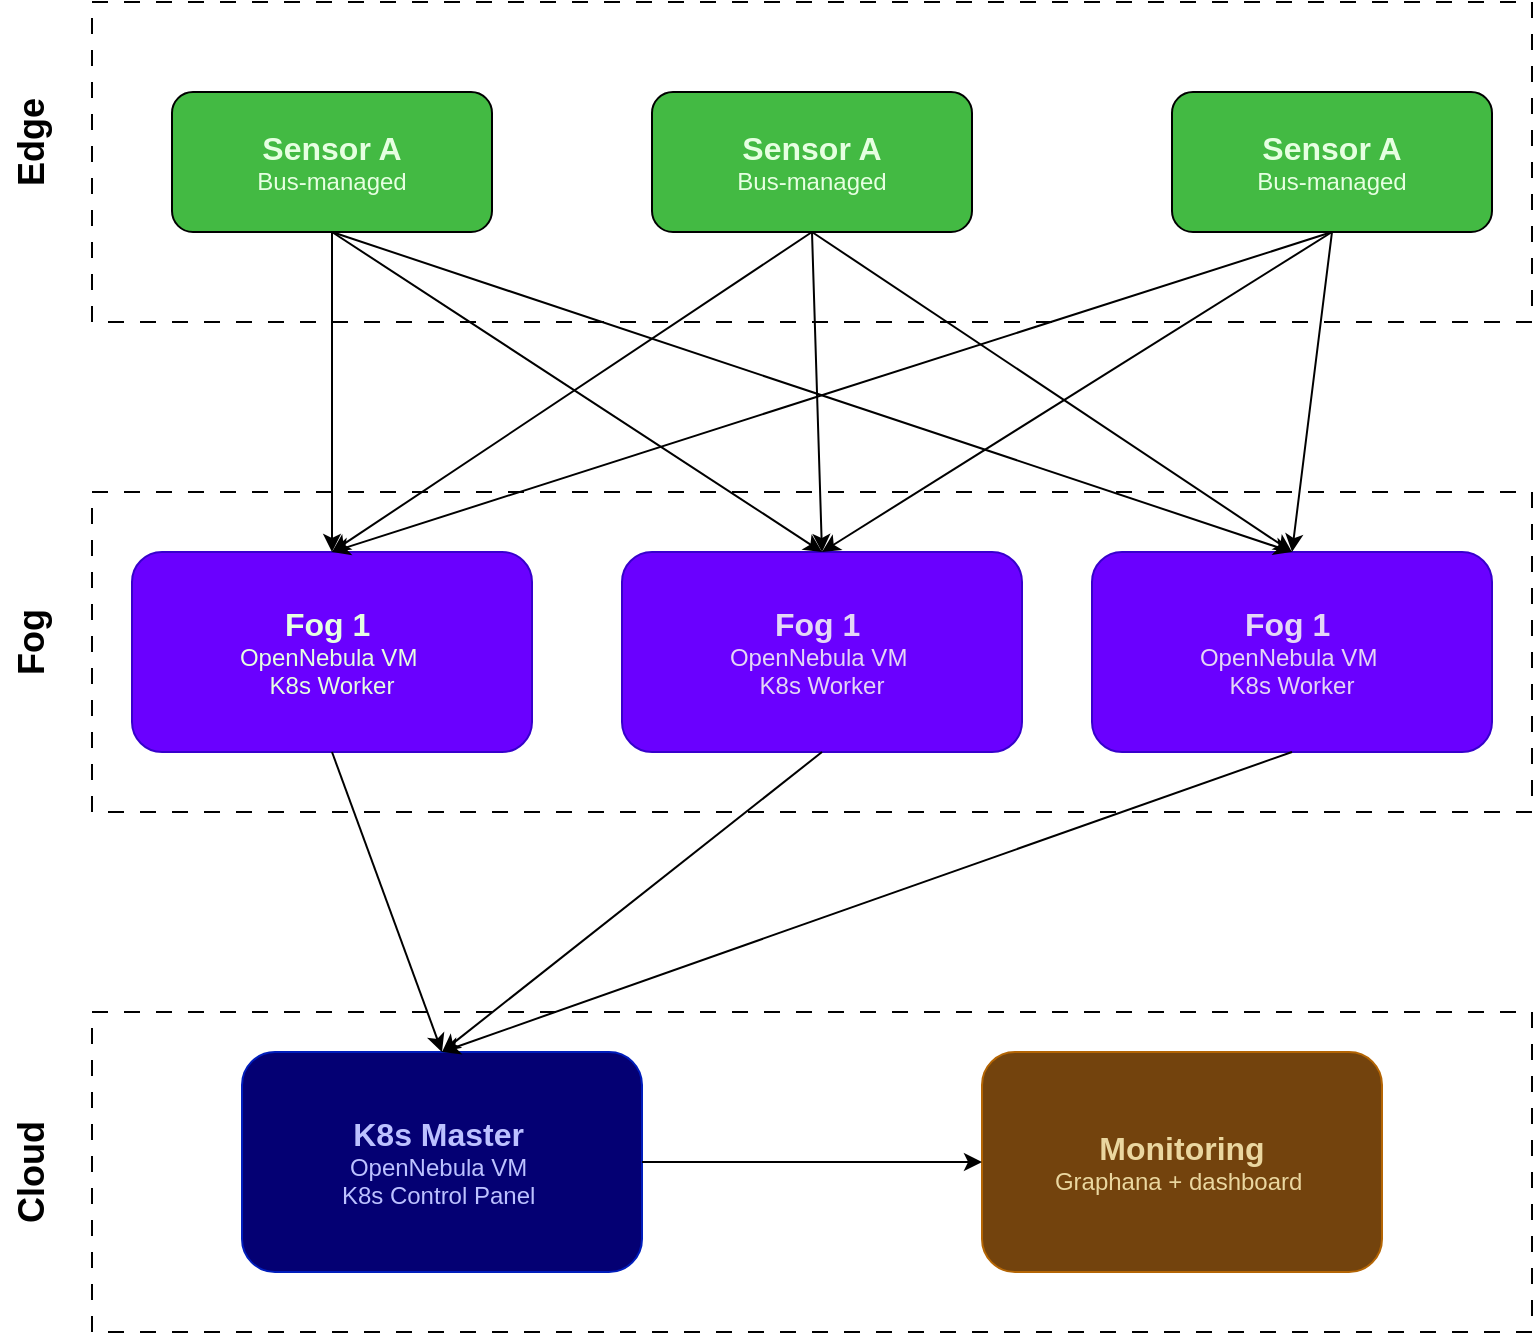
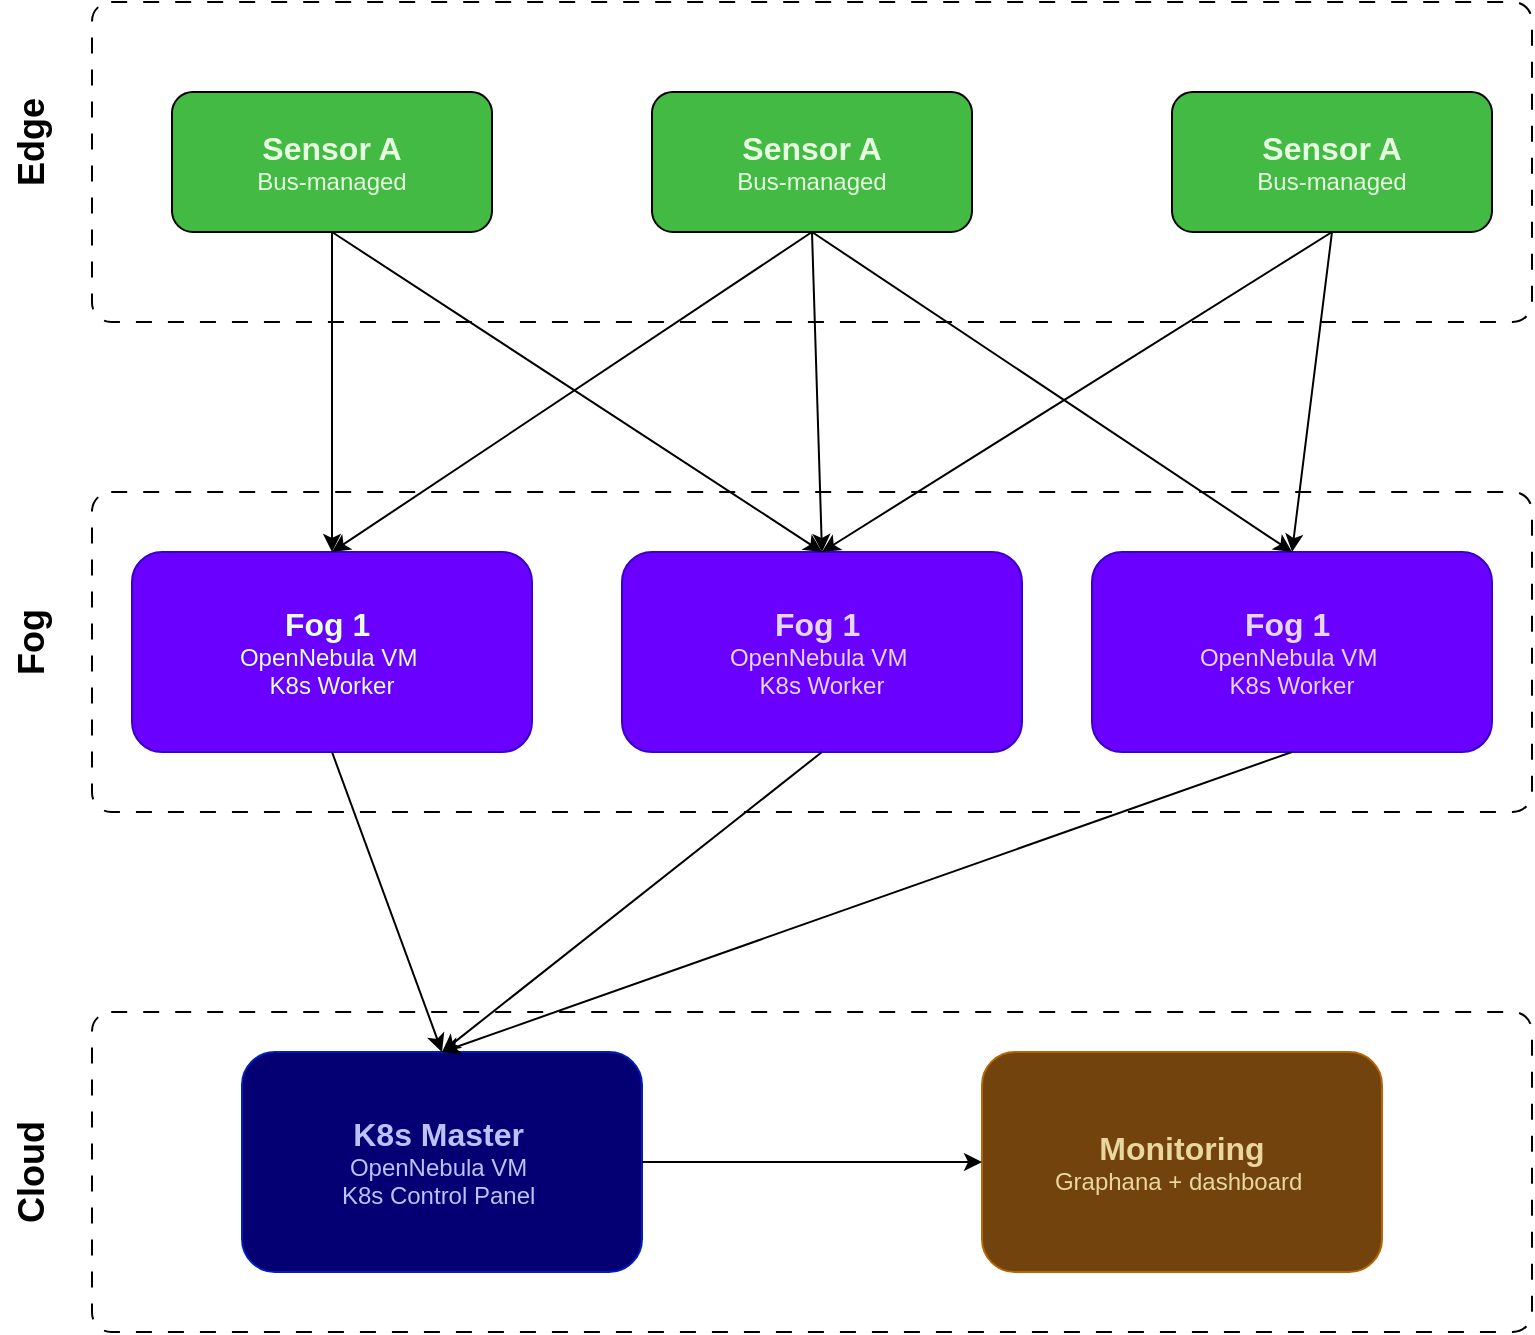
<mxfile host="app.diagrams.net">
  <diagram name="Page-1" id="_RtDyZi4ELLvnfh5VW-X">
-     <mxGraphModel dx="1638" dy="841" grid="1" gridSize="10" guides="1" tooltips="1" connect="1" arrows="1" fold="1" page="1" pageScale="1" pageWidth="850" pageHeight="1100" math="0" shadow="0">
+     <mxGraphModel dx="1414" dy="777" grid="1" gridSize="10" guides="1" tooltips="1" connect="1" arrows="1" fold="1" page="1" pageScale="1" pageWidth="850" pageHeight="1100" math="0" shadow="0">
      <root>
        <mxCell id="0" />
        <mxCell id="1" parent="0" />
-         <mxCell id="s7r8S3nNiemYfjiW-K3L-23" parent="1" style="rounded=0;whiteSpace=wrap;html=1;fillColor=none;dashed=1;dashPattern=8 8;" value="" vertex="1">
+         <mxCell id="s7r8S3nNiemYfjiW-K3L-23" parent="1" style="rounded=1;whiteSpace=wrap;html=1;fillColor=none;dashed=1;dashPattern=8 8;arcSize=6;" value="" vertex="1">
          <mxGeometry height="160" width="720" x="60" y="590" as="geometry" />
        </mxCell>
-         <mxCell id="s7r8S3nNiemYfjiW-K3L-27" parent="1" style="rounded=0;whiteSpace=wrap;html=1;fillColor=none;dashed=1;dashPattern=8 8;labelPosition=left;verticalLabelPosition=top;align=right;verticalAlign=bottom;fontColor=light-dark(#000000,#FEFEFE);" value="" vertex="1">
+         <mxCell id="s7r8S3nNiemYfjiW-K3L-27" parent="1" style="rounded=1;whiteSpace=wrap;html=1;fillColor=none;dashed=1;dashPattern=8 8;labelPosition=left;verticalLabelPosition=top;align=right;verticalAlign=bottom;fontColor=light-dark(#000000,#FEFEFE);arcSize=6;" value="" vertex="1">
          <mxGeometry height="160" width="720" x="60" y="85" as="geometry" />
        </mxCell>
-         <mxCell id="s7r8S3nNiemYfjiW-K3L-24" parent="1" style="rounded=0;whiteSpace=wrap;html=1;fillColor=none;dashed=1;dashPattern=8 8;labelPosition=left;verticalLabelPosition=top;align=right;verticalAlign=bottom;" value="&lt;div&gt;&lt;br&gt;&lt;/div&gt;" vertex="1">
+         <mxCell id="s7r8S3nNiemYfjiW-K3L-24" parent="1" style="rounded=1;whiteSpace=wrap;html=1;fillColor=none;dashed=1;dashPattern=8 8;labelPosition=left;verticalLabelPosition=top;align=right;verticalAlign=bottom;arcSize=6;" value="&lt;div&gt;&lt;br&gt;&lt;/div&gt;" vertex="1">
          <mxGeometry height="160" width="720" x="60" y="330" as="geometry" />
        </mxCell>
        <mxCell id="Nj950ElIPJNTQFLo2fWw-1" parent="1" style="rounded=1;whiteSpace=wrap;html=1;fillColor=light-dark(#43BA43,#43BA43);fontColor=light-dark(#E6FFE1,#E6FFE1);strokeColor=default;" value="&lt;div&gt;&lt;span style=&quot;&quot;&gt;&lt;b&gt;&lt;font style=&quot;font-size: 16px;&quot; face=&quot;Helvetica&quot;&gt;Sensor A&lt;/font&gt;&lt;/b&gt;&lt;/span&gt;&lt;/div&gt;&lt;span style=&quot;&quot;&gt;Bus-managed&lt;/span&gt;" vertex="1">
          <mxGeometry height="70" width="160" x="100" y="130" as="geometry" />
        </mxCell>
        <mxCell id="Nj950ElIPJNTQFLo2fWw-2" parent="1" style="rounded=1;whiteSpace=wrap;html=1;fillColor=light-dark(#43BA43,#43BA43);fontColor=light-dark(#E6FFE1,#E6FFE1);strokeColor=default;" value="&lt;div&gt;&lt;span style=&quot;&quot;&gt;&lt;b&gt;&lt;font style=&quot;font-size: 16px;&quot; face=&quot;Helvetica&quot;&gt;Sensor A&lt;/font&gt;&lt;/b&gt;&lt;/span&gt;&lt;/div&gt;&lt;span style=&quot;&quot;&gt;Bus-managed&lt;/span&gt;" vertex="1">
          <mxGeometry height="70" width="160" x="340" y="130" as="geometry" />
        </mxCell>
        <mxCell id="Nj950ElIPJNTQFLo2fWw-3" parent="1" style="rounded=1;whiteSpace=wrap;html=1;fillColor=light-dark(#43BA43,#43BA43);fontColor=light-dark(#E6FFE1,#E6FFE1);strokeColor=default;" value="&lt;div&gt;&lt;span style=&quot;&quot;&gt;&lt;b&gt;&lt;font style=&quot;font-size: 16px;&quot; face=&quot;Helvetica&quot;&gt;Sensor A&lt;/font&gt;&lt;/b&gt;&lt;/span&gt;&lt;/div&gt;&lt;span style=&quot;&quot;&gt;Bus-managed&lt;/span&gt;" vertex="1">
          <mxGeometry height="70" width="160" x="600" y="130" as="geometry" />
        </mxCell>
        <mxCell id="Nj950ElIPJNTQFLo2fWw-4" parent="1" style="rounded=1;whiteSpace=wrap;html=1;fillColor=light-dark(#6A00FF,#6A00FF);strokeColor=#3700CC;fontColor=light-dark(#E6FFE1,#E4D6F6);" value="&lt;div&gt;&lt;span style=&quot;&quot;&gt;&lt;b&gt;&lt;font style=&quot;font-size: 16px;&quot;&gt;Fog 1&amp;nbsp;&lt;/font&gt;&lt;/b&gt;&lt;/span&gt;&lt;/div&gt;&lt;div&gt;&lt;span style=&quot;&quot;&gt;OpenNebula VM&amp;nbsp;&lt;/span&gt;&lt;/div&gt;&lt;div&gt;&lt;span style=&quot;&quot;&gt;K8s Worker&lt;/span&gt;&lt;/div&gt;" vertex="1">
          <mxGeometry height="100" width="200" x="80" y="360" as="geometry" />
        </mxCell>
        <mxCell id="s7r8S3nNiemYfjiW-K3L-3" parent="1" style="rounded=1;whiteSpace=wrap;html=1;fillColor=light-dark(#6A00FF,#6A00FF);fontColor=light-dark(#E4D6F6,#E4D6F6);strokeColor=#3700CC;" value="&lt;div&gt;&lt;span style=&quot;&quot;&gt;&lt;b&gt;&lt;font style=&quot;font-size: 16px;&quot;&gt;Fog 1&amp;nbsp;&lt;/font&gt;&lt;/b&gt;&lt;/span&gt;&lt;/div&gt;&lt;div&gt;&lt;span style=&quot;&quot;&gt;OpenNebula VM&amp;nbsp;&lt;/span&gt;&lt;/div&gt;&lt;div&gt;&lt;span style=&quot;&quot;&gt;K8s Worker&lt;/span&gt;&lt;/div&gt;" vertex="1">
          <mxGeometry height="100" width="200" x="560" y="360" as="geometry" />
        </mxCell>
        <mxCell id="s7r8S3nNiemYfjiW-K3L-5" parent="1" style="rounded=1;whiteSpace=wrap;html=1;fillColor=light-dark(#6A00FF,#6A00FF);fontColor=light-dark(#E4D6F6,#E4D6F6);strokeColor=#3700CC;" value="&lt;div&gt;&lt;span style=&quot;&quot;&gt;&lt;b&gt;&lt;font style=&quot;font-size: 16px;&quot;&gt;Fog 1&amp;nbsp;&lt;/font&gt;&lt;/b&gt;&lt;/span&gt;&lt;/div&gt;&lt;div&gt;&lt;span style=&quot;&quot;&gt;OpenNebula VM&amp;nbsp;&lt;/span&gt;&lt;/div&gt;&lt;div&gt;&lt;span style=&quot;&quot;&gt;K8s Worker&lt;/span&gt;&lt;/div&gt;" vertex="1">
          <mxGeometry height="100" width="200" x="325" y="360" as="geometry" />
        </mxCell>
        <mxCell id="s7r8S3nNiemYfjiW-K3L-8" parent="1" style="rounded=1;whiteSpace=wrap;html=1;fillColor=light-dark(#040073,#13145D);fontColor=light-dark(#BCC1FF,#BCC1FF);strokeColor=#001DBC;" value="&lt;div&gt;&lt;span style=&quot;&quot;&gt;&lt;b style=&quot;&quot;&gt;&lt;span style=&quot;&quot;&gt;&lt;font style=&quot;font-size: 16px;&quot;&gt;K8s Master&lt;/font&gt;&amp;nbsp;&lt;/span&gt;&lt;/b&gt;&lt;/span&gt;&lt;/div&gt;&lt;div&gt;&lt;span style=&quot;&quot;&gt;&lt;span style=&quot;&quot;&gt;&lt;span style=&quot;&quot;&gt;&lt;span style=&quot;&quot;&gt;&lt;span style=&quot;&quot;&gt;OpenNebula VM&amp;nbsp;&lt;/span&gt;&lt;/span&gt;&lt;span style=&quot;&quot;&gt;&lt;span style=&quot;&quot;&gt;&lt;br&gt;&lt;/span&gt;&lt;/span&gt;&lt;/span&gt;&lt;/span&gt;&lt;/span&gt;&lt;/div&gt;&lt;div&gt;&lt;span style=&quot;&quot;&gt;&lt;span style=&quot;&quot;&gt;&lt;span style=&quot;&quot;&gt;K8s Control Panel&lt;/span&gt;&lt;/span&gt;&lt;span style=&quot;&quot;&gt;&lt;span style=&quot;&quot;&gt;&amp;nbsp;&lt;/span&gt;&lt;/span&gt;&lt;/span&gt;&lt;/div&gt;" vertex="1">
          <mxGeometry height="110" width="200" x="135" y="610" as="geometry" />
        </mxCell>
        <mxCell id="s7r8S3nNiemYfjiW-K3L-9" parent="1" style="rounded=1;whiteSpace=wrap;html=1;fillColor=light-dark(#73430D,#73430D);strokeColor=#b46504;fontColor=light-dark(#EAD7A0,#EAD7A0);" value="&lt;div&gt;&lt;span style=&quot;&quot;&gt;&lt;b style=&quot;&quot;&gt;&lt;span style=&quot;&quot;&gt;&lt;font style=&quot;font-size: 16px;&quot;&gt;Monitoring&lt;/font&gt;&lt;/span&gt;&lt;/b&gt;&lt;/span&gt;&lt;/div&gt;&lt;div&gt;&lt;span style=&quot;&quot;&gt;&lt;span style=&quot;&quot;&gt;&lt;span style=&quot;&quot;&gt;Graphana + dashboard&amp;nbsp;&lt;/span&gt;&lt;/span&gt;&lt;/span&gt;&lt;/div&gt;" vertex="1">
          <mxGeometry height="110" width="200" x="505" y="610" as="geometry" />
        </mxCell>
        <mxCell id="s7r8S3nNiemYfjiW-K3L-10" edge="1" parent="1" source="Nj950ElIPJNTQFLo2fWw-1" style="endArrow=classic;html=1;rounded=0;exitX=0.5;exitY=1;exitDx=0;exitDy=0;entryX=0.5;entryY=0;entryDx=0;entryDy=0;" target="Nj950ElIPJNTQFLo2fWw-4" value="">
          <mxGeometry height="50" relative="1" width="50" as="geometry">
            <mxPoint x="120" y="300" as="sourcePoint" />
            <mxPoint x="170" y="250" as="targetPoint" />
          </mxGeometry>
        </mxCell>
        <mxCell id="s7r8S3nNiemYfjiW-K3L-11" edge="1" parent="1" source="Nj950ElIPJNTQFLo2fWw-2" style="endArrow=classic;html=1;rounded=0;exitX=0.5;exitY=1;exitDx=0;exitDy=0;entryX=0.5;entryY=0;entryDx=0;entryDy=0;" target="s7r8S3nNiemYfjiW-K3L-5" value="">
          <mxGeometry height="50" relative="1" width="50" as="geometry">
            <mxPoint x="190" y="210" as="sourcePoint" />
            <mxPoint x="200" y="330" as="targetPoint" />
          </mxGeometry>
        </mxCell>
        <mxCell id="s7r8S3nNiemYfjiW-K3L-12" edge="1" parent="1" source="Nj950ElIPJNTQFLo2fWw-3" style="endArrow=classic;html=1;rounded=0;exitX=0.5;exitY=1;exitDx=0;exitDy=0;entryX=0.5;entryY=0;entryDx=0;entryDy=0;" target="s7r8S3nNiemYfjiW-K3L-3" value="">
          <mxGeometry height="50" relative="1" width="50" as="geometry">
            <mxPoint x="430" y="210" as="sourcePoint" />
            <mxPoint x="450" y="330" as="targetPoint" />
          </mxGeometry>
        </mxCell>
-         <mxCell id="s7r8S3nNiemYfjiW-K3L-14" edge="1" parent="1" style="endArrow=classic;html=1;rounded=0;entryX=0.5;entryY=0;entryDx=0;entryDy=0;" target="Nj950ElIPJNTQFLo2fWw-4" value="">
-           <mxGeometry height="50" relative="1" width="50" as="geometry">
-             <mxPoint x="680" y="200" as="sourcePoint" />
-             <mxPoint x="450" y="330" as="targetPoint" />
-           </mxGeometry>
-         </mxCell>
        <mxCell id="s7r8S3nNiemYfjiW-K3L-15" edge="1" parent="1" source="Nj950ElIPJNTQFLo2fWw-2" style="endArrow=classic;html=1;rounded=0;entryX=0.5;entryY=0;entryDx=0;entryDy=0;exitX=0.5;exitY=1;exitDx=0;exitDy=0;" target="Nj950ElIPJNTQFLo2fWw-4" value="">
          <mxGeometry height="50" relative="1" width="50" as="geometry">
            <mxPoint x="690" y="210" as="sourcePoint" />
            <mxPoint x="200" y="330" as="targetPoint" />
          </mxGeometry>
        </mxCell>
        <mxCell id="s7r8S3nNiemYfjiW-K3L-16" edge="1" parent="1" style="endArrow=classic;html=1;rounded=0;entryX=0.5;entryY=0;entryDx=0;entryDy=0;" target="s7r8S3nNiemYfjiW-K3L-3" value="">
          <mxGeometry height="50" relative="1" width="50" as="geometry">
            <mxPoint x="420" y="200" as="sourcePoint" />
            <mxPoint x="200" y="330" as="targetPoint" />
          </mxGeometry>
        </mxCell>
        <mxCell id="s7r8S3nNiemYfjiW-K3L-17" edge="1" parent="1" source="Nj950ElIPJNTQFLo2fWw-1" style="endArrow=classic;html=1;rounded=0;entryX=0.5;entryY=0;entryDx=0;entryDy=0;exitX=0.5;exitY=1;exitDx=0;exitDy=0;" target="s7r8S3nNiemYfjiW-K3L-5" value="">
          <mxGeometry height="50" relative="1" width="50" as="geometry">
            <mxPoint x="430" y="210" as="sourcePoint" />
            <mxPoint x="690" y="330" as="targetPoint" />
-           </mxGeometry>
-         </mxCell>
-         <mxCell id="s7r8S3nNiemYfjiW-K3L-18" edge="1" parent="1" style="endArrow=classic;html=1;rounded=0;entryX=0.5;entryY=0;entryDx=0;entryDy=0;" target="s7r8S3nNiemYfjiW-K3L-3" value="">
-           <mxGeometry height="50" relative="1" width="50" as="geometry">
-             <mxPoint x="180" y="200" as="sourcePoint" />
-             <mxPoint x="450" y="330" as="targetPoint" />
          </mxGeometry>
        </mxCell>
        <mxCell id="s7r8S3nNiemYfjiW-K3L-19" edge="1" parent="1" source="Nj950ElIPJNTQFLo2fWw-4" style="endArrow=classic;html=1;rounded=0;exitX=0.5;exitY=1;exitDx=0;exitDy=0;entryX=0.5;entryY=0;entryDx=0;entryDy=0;" target="s7r8S3nNiemYfjiW-K3L-8" value="">
          <mxGeometry height="50" relative="1" width="50" as="geometry">
            <mxPoint x="120" y="540" as="sourcePoint" />
            <mxPoint x="170" y="490" as="targetPoint" />
          </mxGeometry>
        </mxCell>
        <mxCell id="s7r8S3nNiemYfjiW-K3L-20" edge="1" parent="1" source="s7r8S3nNiemYfjiW-K3L-5" style="endArrow=classic;html=1;rounded=0;exitX=0.5;exitY=1;exitDx=0;exitDy=0;entryX=0.5;entryY=0;entryDx=0;entryDy=0;" target="s7r8S3nNiemYfjiW-K3L-8" value="">
          <mxGeometry height="50" relative="1" width="50" as="geometry">
            <mxPoint x="190" y="420" as="sourcePoint" />
            <mxPoint x="240" y="560" as="targetPoint" />
          </mxGeometry>
        </mxCell>
        <mxCell id="s7r8S3nNiemYfjiW-K3L-21" edge="1" parent="1" source="s7r8S3nNiemYfjiW-K3L-3" style="endArrow=classic;html=1;rounded=0;exitX=0.5;exitY=1;exitDx=0;exitDy=0;entryX=0.5;entryY=0;entryDx=0;entryDy=0;" target="s7r8S3nNiemYfjiW-K3L-8" value="">
          <mxGeometry height="50" relative="1" width="50" as="geometry">
            <mxPoint x="435" y="420" as="sourcePoint" />
            <mxPoint x="240" y="560" as="targetPoint" />
          </mxGeometry>
        </mxCell>
        <mxCell id="s7r8S3nNiemYfjiW-K3L-22" edge="1" parent="1" source="s7r8S3nNiemYfjiW-K3L-8" style="endArrow=classic;html=1;rounded=0;exitX=1;exitY=0.5;exitDx=0;exitDy=0;entryX=0;entryY=0.5;entryDx=0;entryDy=0;" target="s7r8S3nNiemYfjiW-K3L-9" value="">
          <mxGeometry height="50" relative="1" width="50" as="geometry">
            <mxPoint x="675" y="480" as="sourcePoint" />
            <mxPoint x="245" y="620" as="targetPoint" />
          </mxGeometry>
        </mxCell>
        <mxCell id="s7r8S3nNiemYfjiW-K3L-25" edge="1" parent="1" source="Nj950ElIPJNTQFLo2fWw-3" style="endArrow=classic;html=1;rounded=0;exitX=0.5;exitY=1;exitDx=0;exitDy=0;entryX=0.5;entryY=0;entryDx=0;entryDy=0;" target="s7r8S3nNiemYfjiW-K3L-5" value="">
          <mxGeometry height="50" relative="1" width="50" as="geometry">
            <mxPoint x="680" y="200" as="sourcePoint" />
            <mxPoint x="425" y="360" as="targetPoint" />
          </mxGeometry>
        </mxCell>
        <mxCell id="s7r8S3nNiemYfjiW-K3L-28" parent="1" style="text;html=1;whiteSpace=wrap;strokeColor=none;fillColor=none;align=center;verticalAlign=middle;rounded=0;rotation=-90;" value="&lt;font style=&quot;font-size: 18px;&quot;&gt;&lt;b&gt;Edge&lt;/b&gt;&lt;/font&gt;" vertex="1">
          <mxGeometry height="30" width="60" y="140" as="geometry" />
        </mxCell>
        <mxCell id="s7r8S3nNiemYfjiW-K3L-29" parent="1" style="text;html=1;whiteSpace=wrap;strokeColor=none;fillColor=none;align=center;verticalAlign=middle;rounded=0;rotation=-90;" value="&lt;div&gt;&lt;font style=&quot;font-size: 18px;&quot;&gt;&lt;b&gt;Fog&lt;/b&gt;&lt;/font&gt;&lt;/div&gt;" vertex="1">
          <mxGeometry height="30" width="60" y="390" as="geometry" />
        </mxCell>
        <mxCell id="s7r8S3nNiemYfjiW-K3L-30" parent="1" style="text;html=1;whiteSpace=wrap;strokeColor=none;fillColor=none;align=center;verticalAlign=middle;rounded=0;rotation=-90;" value="&lt;div&gt;&lt;font style=&quot;font-size: 18px;&quot;&gt;&lt;b&gt;Cloud&lt;/b&gt;&lt;/font&gt;&lt;/div&gt;" vertex="1">
          <mxGeometry height="30" width="60" y="655" as="geometry" />
        </mxCell>
      </root>
    </mxGraphModel>
  </diagram>
</mxfile>
